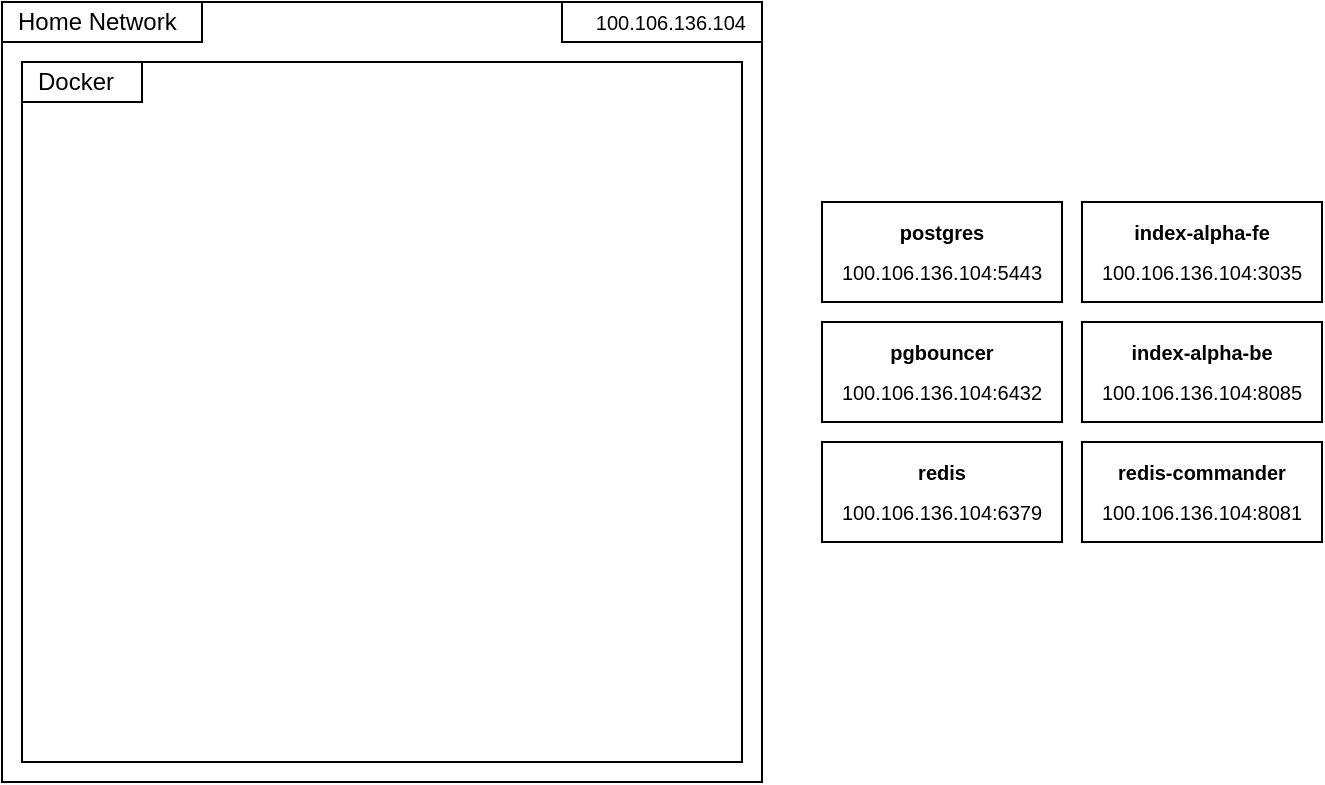
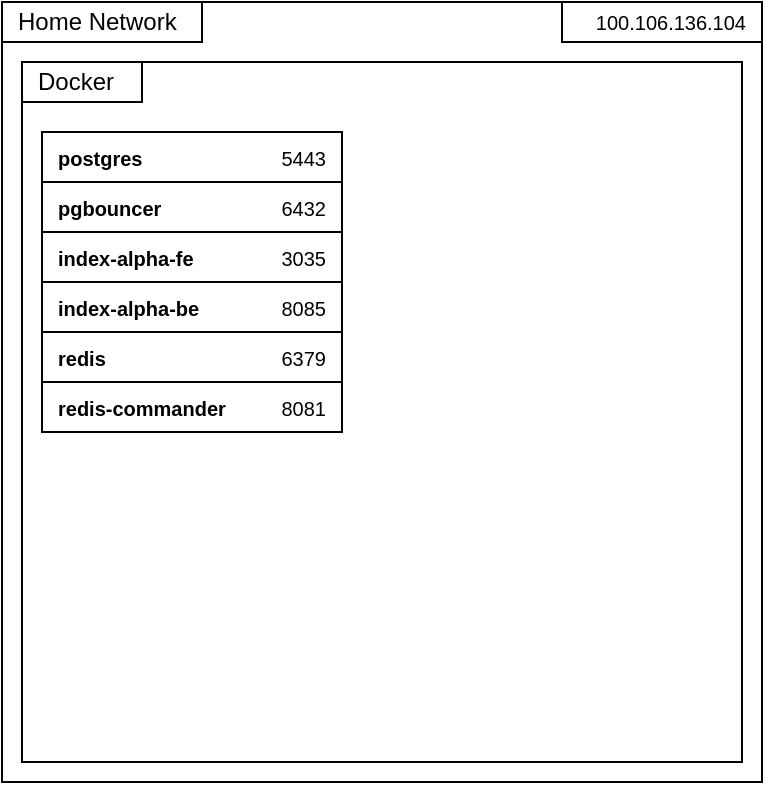
<mxfile host="app.diagrams.net">
  <diagram name="Page-1" id="EqAcxWxWpPEczBTcAObV">
    <mxGraphModel dx="947" dy="502" grid="1" gridSize="10" guides="1" tooltips="1" connect="1" arrows="1" fold="1" page="1" pageScale="1" pageWidth="850" pageHeight="1100" math="0" shadow="0">
      <root>
        <mxCell id="0" />
        <mxCell id="1" parent="0" />
        <mxCell id="tyjjsNKJ7kBHK_1WbMmb-1" parent="1" style="rounded=0;whiteSpace=wrap;html=1;" value="" vertex="1">
          <mxGeometry height="390" width="380" x="50" y="60" as="geometry" />
        </mxCell>
        <mxCell id="tyjjsNKJ7kBHK_1WbMmb-18" parent="1" style="rounded=0;whiteSpace=wrap;html=1;" value="" vertex="1">
          <mxGeometry height="350" width="360" x="60" y="90" as="geometry" />
        </mxCell>
        <mxCell id="tyjjsNKJ7kBHK_1WbMmb-3" parent="1" style="rounded=0;whiteSpace=wrap;html=1;" value="" vertex="1">
          <mxGeometry height="20" width="100" x="50" y="60" as="geometry" />
        </mxCell>
        <mxCell id="tyjjsNKJ7kBHK_1WbMmb-2" parent="1" style="text;html=1;whiteSpace=wrap;strokeColor=none;fillColor=none;align=left;verticalAlign=middle;rounded=0;spacingLeft=6;" value="Home Network" vertex="1">
          <mxGeometry height="20" width="100" x="50" y="60" as="geometry" />
        </mxCell>
-         <mxCell id="tyjjsNKJ7kBHK_1WbMmb-5" parent="1" style="rounded=0;whiteSpace=wrap;html=1;" value="" vertex="1">
-           <mxGeometry height="50" width="120" x="460" y="160" as="geometry" />
-         </mxCell>
-         <mxCell id="tyjjsNKJ7kBHK_1WbMmb-6" parent="1" style="text;html=1;whiteSpace=wrap;strokeColor=none;fillColor=none;align=center;verticalAlign=middle;rounded=0;fontStyle=1" value="&lt;font style=&quot;font-size: 10px;&quot;&gt;postgres&lt;/font&gt;" vertex="1">
-           <mxGeometry height="20" width="120" x="460" y="165" as="geometry" />
-         </mxCell>
-         <mxCell id="tyjjsNKJ7kBHK_1WbMmb-7" parent="1" style="text;html=1;whiteSpace=wrap;strokeColor=none;fillColor=none;align=center;verticalAlign=middle;rounded=0;" value="&lt;font style=&quot;font-size: 10px;&quot;&gt;100.106.136.104:5443&lt;/font&gt;" vertex="1">
-           <mxGeometry height="20" width="120" x="460" y="185" as="geometry" />
-         </mxCell>
-         <mxCell id="tyjjsNKJ7kBHK_1WbMmb-9" parent="1" style="rounded=0;whiteSpace=wrap;html=1;" value="" vertex="1">
-           <mxGeometry height="50" width="120" x="460" y="220" as="geometry" />
-         </mxCell>
-         <mxCell id="tyjjsNKJ7kBHK_1WbMmb-10" parent="1" style="text;html=1;whiteSpace=wrap;strokeColor=none;fillColor=none;align=center;verticalAlign=middle;rounded=0;fontStyle=1" value="&lt;font style=&quot;font-size: 10px;&quot;&gt;pgbouncer&lt;/font&gt;" vertex="1">
-           <mxGeometry height="20" width="120" x="460" y="225" as="geometry" />
-         </mxCell>
-         <mxCell id="tyjjsNKJ7kBHK_1WbMmb-11" parent="1" style="text;html=1;whiteSpace=wrap;strokeColor=none;fillColor=none;align=center;verticalAlign=middle;rounded=0;" value="&lt;font style=&quot;font-size: 10px;&quot;&gt;100.106.136.104:6432&lt;/font&gt;" vertex="1">
-           <mxGeometry height="20" width="120" x="460" y="245" as="geometry" />
-         </mxCell>
-         <mxCell id="tyjjsNKJ7kBHK_1WbMmb-12" parent="1" style="rounded=0;whiteSpace=wrap;html=1;" value="" vertex="1">
-           <mxGeometry height="50" width="120" x="590" y="160" as="geometry" />
-         </mxCell>
-         <mxCell id="tyjjsNKJ7kBHK_1WbMmb-13" parent="1" style="text;html=1;whiteSpace=wrap;strokeColor=none;fillColor=none;align=center;verticalAlign=middle;rounded=0;fontStyle=1" value="&lt;div&gt;&lt;span style=&quot;font-size: 10px;&quot;&gt;index-alpha-fe&lt;/span&gt;&lt;/div&gt;" vertex="1">
-           <mxGeometry height="20" width="120" x="590" y="165" as="geometry" />
-         </mxCell>
-         <mxCell id="tyjjsNKJ7kBHK_1WbMmb-14" parent="1" style="text;html=1;whiteSpace=wrap;strokeColor=none;fillColor=none;align=center;verticalAlign=middle;rounded=0;" value="&lt;font style=&quot;font-size: 10px;&quot;&gt;100.106.136.104:3035&lt;/font&gt;" vertex="1">
-           <mxGeometry height="20" width="120" x="590" y="185" as="geometry" />
-         </mxCell>
-         <mxCell id="tyjjsNKJ7kBHK_1WbMmb-15" parent="1" style="rounded=0;whiteSpace=wrap;html=1;" value="" vertex="1">
-           <mxGeometry height="50" width="120" x="590" y="220" as="geometry" />
-         </mxCell>
-         <mxCell id="tyjjsNKJ7kBHK_1WbMmb-16" parent="1" style="text;html=1;whiteSpace=wrap;strokeColor=none;fillColor=none;align=center;verticalAlign=middle;rounded=0;fontStyle=1" value="&lt;div&gt;&lt;span style=&quot;font-size: 10px;&quot;&gt;index-alpha-be&lt;/span&gt;&lt;/div&gt;" vertex="1">
-           <mxGeometry height="20" width="120" x="590" y="225" as="geometry" />
-         </mxCell>
-         <mxCell id="tyjjsNKJ7kBHK_1WbMmb-17" parent="1" style="text;html=1;whiteSpace=wrap;strokeColor=none;fillColor=none;align=center;verticalAlign=middle;rounded=0;" value="&lt;font style=&quot;font-size: 10px;&quot;&gt;100.106.136.104:8085&lt;/font&gt;" vertex="1">
-           <mxGeometry height="20" width="120" x="590" y="245" as="geometry" />
-         </mxCell>
        <mxCell id="tyjjsNKJ7kBHK_1WbMmb-19" parent="1" style="rounded=0;whiteSpace=wrap;html=1;" value="" vertex="1">
          <mxGeometry height="20" width="60" x="60" y="90" as="geometry" />
        </mxCell>
        <mxCell id="tyjjsNKJ7kBHK_1WbMmb-20" parent="1" style="text;html=1;whiteSpace=wrap;strokeColor=none;fillColor=none;align=left;verticalAlign=middle;rounded=0;spacingLeft=6;" value="Docker" vertex="1">
          <mxGeometry height="20" width="50" x="60" y="90" as="geometry" />
-         </mxCell>
-         <mxCell id="tyjjsNKJ7kBHK_1WbMmb-21" parent="1" style="rounded=0;whiteSpace=wrap;html=1;" value="" vertex="1">
-           <mxGeometry height="50" width="120" x="460" y="280" as="geometry" />
-         </mxCell>
-         <mxCell id="tyjjsNKJ7kBHK_1WbMmb-22" parent="1" style="text;html=1;whiteSpace=wrap;strokeColor=none;fillColor=none;align=center;verticalAlign=middle;rounded=0;fontStyle=1" value="&lt;font style=&quot;font-size: 10px;&quot;&gt;redis&lt;/font&gt;" vertex="1">
-           <mxGeometry height="20" width="120" x="460" y="285" as="geometry" />
-         </mxCell>
-         <mxCell id="tyjjsNKJ7kBHK_1WbMmb-23" parent="1" style="text;html=1;whiteSpace=wrap;strokeColor=none;fillColor=none;align=center;verticalAlign=middle;rounded=0;" value="&lt;font style=&quot;font-size: 10px;&quot;&gt;100.106.136.104:6379&lt;/font&gt;" vertex="1">
-           <mxGeometry height="20" width="120" x="460" y="305" as="geometry" />
-         </mxCell>
-         <mxCell id="tyjjsNKJ7kBHK_1WbMmb-24" parent="1" style="rounded=0;whiteSpace=wrap;html=1;" value="" vertex="1">
-           <mxGeometry height="50" width="120" x="590" y="280" as="geometry" />
-         </mxCell>
-         <mxCell id="tyjjsNKJ7kBHK_1WbMmb-25" parent="1" style="text;html=1;whiteSpace=wrap;strokeColor=none;fillColor=none;align=center;verticalAlign=middle;rounded=0;fontStyle=1" value="&lt;div&gt;&lt;span style=&quot;font-size: 10px;&quot;&gt;redis-commander&lt;/span&gt;&lt;/div&gt;" vertex="1">
-           <mxGeometry height="20" width="120" x="590" y="285" as="geometry" />
-         </mxCell>
-         <mxCell id="tyjjsNKJ7kBHK_1WbMmb-26" parent="1" style="text;html=1;whiteSpace=wrap;strokeColor=none;fillColor=none;align=center;verticalAlign=middle;rounded=0;" value="&lt;font style=&quot;font-size: 10px;&quot;&gt;100.106.136.104:8081&lt;/font&gt;" vertex="1">
-           <mxGeometry height="20" width="120" x="590" y="305" as="geometry" />
        </mxCell>
        <mxCell id="tyjjsNKJ7kBHK_1WbMmb-28" parent="1" style="rounded=0;whiteSpace=wrap;html=1;align=right;" value="" vertex="1">
          <mxGeometry height="20" width="100" x="330" y="60" as="geometry" />
        </mxCell>
        <mxCell id="tyjjsNKJ7kBHK_1WbMmb-29" parent="1" style="text;html=1;whiteSpace=wrap;strokeColor=none;fillColor=none;align=right;verticalAlign=middle;rounded=0;spacingLeft=6;spacingRight=6;" value="&lt;span style=&quot;font-size: 10px; text-align: center;&quot;&gt;100.106.136.104&lt;/span&gt;" vertex="1">
          <mxGeometry height="20" width="100" x="330" y="60" as="geometry" />
        </mxCell>
+         <mxCell id="tyjjsNKJ7kBHK_1WbMmb-48" connectable="0" parent="1" style="group" value="" vertex="1">
+           <mxGeometry height="25" width="150" x="70" y="250" as="geometry" />
+         </mxCell>
+         <mxCell id="tyjjsNKJ7kBHK_1WbMmb-44" parent="tyjjsNKJ7kBHK_1WbMmb-48" style="rounded=0;whiteSpace=wrap;html=1;" value="" vertex="1">
+           <mxGeometry height="25" width="150" as="geometry" />
+         </mxCell>
+         <mxCell id="tyjjsNKJ7kBHK_1WbMmb-45" parent="tyjjsNKJ7kBHK_1WbMmb-48" style="text;html=1;whiteSpace=wrap;strokeColor=none;fillColor=none;align=left;verticalAlign=middle;rounded=0;fontStyle=1;spacingRight=6;spacingLeft=6;" value="&lt;font style=&quot;font-size: 10px;&quot;&gt;redis-commander&lt;/font&gt;" vertex="1">
+           <mxGeometry height="20" width="100" y="2.5" as="geometry" />
+         </mxCell>
+         <mxCell id="tyjjsNKJ7kBHK_1WbMmb-46" parent="tyjjsNKJ7kBHK_1WbMmb-48" style="text;html=1;whiteSpace=wrap;strokeColor=none;fillColor=none;align=right;verticalAlign=middle;rounded=0;spacingRight=6;spacingLeft=6;" value="&lt;font style=&quot;font-size: 10px;&quot;&gt;8081&lt;/font&gt;" vertex="1">
+           <mxGeometry height="20" width="40" x="110" y="2.5" as="geometry" />
+         </mxCell>
+         <mxCell id="tyjjsNKJ7kBHK_1WbMmb-49" connectable="0" parent="1" style="group" value="" vertex="1">
+           <mxGeometry height="25" width="150" x="70" y="225" as="geometry" />
+         </mxCell>
+         <mxCell id="tyjjsNKJ7kBHK_1WbMmb-41" parent="tyjjsNKJ7kBHK_1WbMmb-49" style="rounded=0;whiteSpace=wrap;html=1;" value="" vertex="1">
+           <mxGeometry height="25" width="150" as="geometry" />
+         </mxCell>
+         <mxCell id="tyjjsNKJ7kBHK_1WbMmb-42" parent="tyjjsNKJ7kBHK_1WbMmb-49" style="text;html=1;whiteSpace=wrap;strokeColor=none;fillColor=none;align=left;verticalAlign=middle;rounded=0;fontStyle=1;spacingRight=6;spacingLeft=6;" value="&lt;font style=&quot;font-size: 10px;&quot;&gt;redis&lt;/font&gt;" vertex="1">
+           <mxGeometry height="20" width="100" y="2.5" as="geometry" />
+         </mxCell>
+         <mxCell id="tyjjsNKJ7kBHK_1WbMmb-43" parent="tyjjsNKJ7kBHK_1WbMmb-49" style="text;html=1;whiteSpace=wrap;strokeColor=none;fillColor=none;align=right;verticalAlign=middle;rounded=0;spacingRight=6;spacingLeft=6;" value="&lt;font style=&quot;font-size: 10px;&quot;&gt;6379&lt;/font&gt;" vertex="1">
+           <mxGeometry height="20" width="40" x="110" y="2.5" as="geometry" />
+         </mxCell>
+         <mxCell id="tyjjsNKJ7kBHK_1WbMmb-50" connectable="0" parent="1" style="group" value="" vertex="1">
+           <mxGeometry height="25" width="150" x="70" y="200" as="geometry" />
+         </mxCell>
+         <mxCell id="tyjjsNKJ7kBHK_1WbMmb-38" parent="tyjjsNKJ7kBHK_1WbMmb-50" style="rounded=0;whiteSpace=wrap;html=1;" value="" vertex="1">
+           <mxGeometry height="25" width="150" as="geometry" />
+         </mxCell>
+         <mxCell id="tyjjsNKJ7kBHK_1WbMmb-39" parent="tyjjsNKJ7kBHK_1WbMmb-50" style="text;html=1;whiteSpace=wrap;strokeColor=none;fillColor=none;align=left;verticalAlign=middle;rounded=0;fontStyle=1;spacingRight=6;spacingLeft=6;" value="&lt;font style=&quot;font-size: 10px;&quot;&gt;index-alpha-be&lt;/font&gt;" vertex="1">
+           <mxGeometry height="20" width="100" y="2.5" as="geometry" />
+         </mxCell>
+         <mxCell id="tyjjsNKJ7kBHK_1WbMmb-40" parent="tyjjsNKJ7kBHK_1WbMmb-50" style="text;html=1;whiteSpace=wrap;strokeColor=none;fillColor=none;align=right;verticalAlign=middle;rounded=0;spacingRight=6;spacingLeft=6;" value="&lt;font style=&quot;font-size: 10px;&quot;&gt;8085&lt;/font&gt;" vertex="1">
+           <mxGeometry height="20" width="40" x="110" y="2.5" as="geometry" />
+         </mxCell>
+         <mxCell id="tyjjsNKJ7kBHK_1WbMmb-51" connectable="0" parent="1" style="group" value="" vertex="1">
+           <mxGeometry height="25" width="150" x="70" y="175" as="geometry" />
+         </mxCell>
+         <mxCell id="tyjjsNKJ7kBHK_1WbMmb-35" parent="tyjjsNKJ7kBHK_1WbMmb-51" style="rounded=0;whiteSpace=wrap;html=1;" value="" vertex="1">
+           <mxGeometry height="25" width="150" as="geometry" />
+         </mxCell>
+         <mxCell id="tyjjsNKJ7kBHK_1WbMmb-36" parent="tyjjsNKJ7kBHK_1WbMmb-51" style="text;html=1;whiteSpace=wrap;strokeColor=none;fillColor=none;align=left;verticalAlign=middle;rounded=0;fontStyle=1;spacingRight=6;spacingLeft=6;" value="&lt;font style=&quot;font-size: 10px;&quot;&gt;index-alpha-fe&lt;/font&gt;" vertex="1">
+           <mxGeometry height="20" width="100" y="2.5" as="geometry" />
+         </mxCell>
+         <mxCell id="tyjjsNKJ7kBHK_1WbMmb-37" parent="tyjjsNKJ7kBHK_1WbMmb-51" style="text;html=1;whiteSpace=wrap;strokeColor=none;fillColor=none;align=right;verticalAlign=middle;rounded=0;spacingRight=6;spacingLeft=6;" value="&lt;font style=&quot;font-size: 10px;&quot;&gt;3035&lt;/font&gt;" vertex="1">
+           <mxGeometry height="20" width="40" x="110" y="2.5" as="geometry" />
+         </mxCell>
+         <mxCell id="tyjjsNKJ7kBHK_1WbMmb-52" connectable="0" parent="1" style="group" value="" vertex="1">
+           <mxGeometry height="25" width="150" x="70" y="150" as="geometry" />
+         </mxCell>
+         <mxCell id="tyjjsNKJ7kBHK_1WbMmb-32" parent="tyjjsNKJ7kBHK_1WbMmb-52" style="rounded=0;whiteSpace=wrap;html=1;" value="" vertex="1">
+           <mxGeometry height="25" width="150" as="geometry" />
+         </mxCell>
+         <mxCell id="tyjjsNKJ7kBHK_1WbMmb-33" parent="tyjjsNKJ7kBHK_1WbMmb-52" style="text;html=1;whiteSpace=wrap;strokeColor=none;fillColor=none;align=left;verticalAlign=middle;rounded=0;fontStyle=1;spacingRight=6;spacingLeft=6;" value="&lt;font style=&quot;font-size: 10px;&quot;&gt;pgbouncer&lt;/font&gt;" vertex="1">
+           <mxGeometry height="20" width="100" y="2.5" as="geometry" />
+         </mxCell>
+         <mxCell id="tyjjsNKJ7kBHK_1WbMmb-34" parent="tyjjsNKJ7kBHK_1WbMmb-52" style="text;html=1;whiteSpace=wrap;strokeColor=none;fillColor=none;align=right;verticalAlign=middle;rounded=0;spacingRight=6;spacingLeft=6;" value="&lt;font style=&quot;font-size: 10px;&quot;&gt;6432&lt;/font&gt;" vertex="1">
+           <mxGeometry height="20" width="40" x="110" y="2.5" as="geometry" />
+         </mxCell>
+         <mxCell id="tyjjsNKJ7kBHK_1WbMmb-53" connectable="0" parent="1" style="group" value="" vertex="1">
+           <mxGeometry height="25" width="150" x="70" y="125" as="geometry" />
+         </mxCell>
+         <mxCell id="tyjjsNKJ7kBHK_1WbMmb-5" parent="tyjjsNKJ7kBHK_1WbMmb-53" style="rounded=0;whiteSpace=wrap;html=1;" value="" vertex="1">
+           <mxGeometry height="25" width="150" as="geometry" />
+         </mxCell>
+         <mxCell id="tyjjsNKJ7kBHK_1WbMmb-6" parent="tyjjsNKJ7kBHK_1WbMmb-53" style="text;html=1;whiteSpace=wrap;strokeColor=none;fillColor=none;align=left;verticalAlign=middle;rounded=0;fontStyle=1;spacingRight=6;spacingLeft=6;" value="&lt;font style=&quot;font-size: 10px;&quot;&gt;postgres&lt;/font&gt;" vertex="1">
+           <mxGeometry height="20" width="100" y="2.5" as="geometry" />
+         </mxCell>
+         <mxCell id="tyjjsNKJ7kBHK_1WbMmb-7" parent="tyjjsNKJ7kBHK_1WbMmb-53" style="text;html=1;whiteSpace=wrap;strokeColor=none;fillColor=none;align=right;verticalAlign=middle;rounded=0;spacingRight=6;spacingLeft=6;" value="&lt;font style=&quot;font-size: 10px;&quot;&gt;5443&lt;/font&gt;" vertex="1">
+           <mxGeometry height="20" width="40" x="110" y="2.5" as="geometry" />
+         </mxCell>
      </root>
    </mxGraphModel>
  </diagram>
</mxfile>
